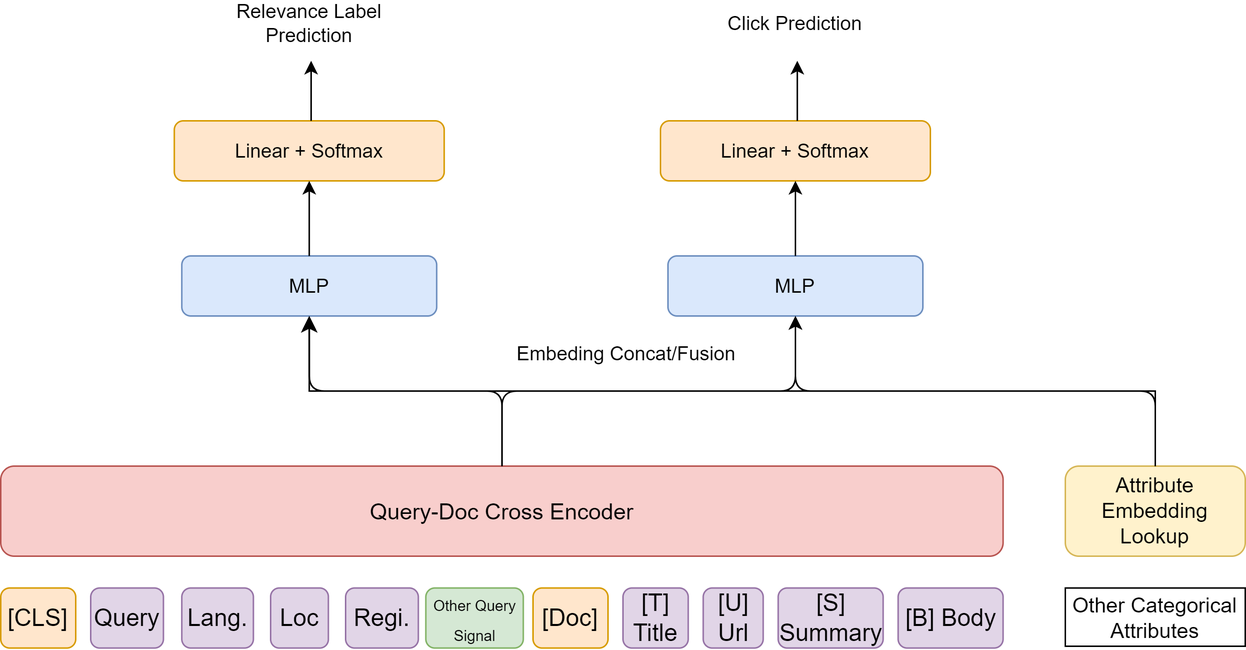
yangyutu/llm_book.github.io keeps this draw.io diagram as _images/multitask_multiattribute_arch.png. Above is the earlier version. Source tidied: cells renumbered, new cells last; positions are measured from the earlier drawing's top-left corner, leaving out a move shared by most shapes. Its diagram source:
```xml
<mxGraphModel math="1">
  <root>
    <mxCell id="0" />
    <mxCell id="1" parent="0" />
    <mxCell id="2" style="group;" parent="1" vertex="1">
      <mxGeometry width="830" height="431.2" as="geometry" />
    </mxCell>
    <mxCell id="3" value="Query-Doc Cross Encoder" style="rounded=1;whiteSpace=wrap;html=1;fillColor=#f8cecc;strokeColor=#b85450;fontSize=15;" parent="2" vertex="1">
      <mxGeometry y="310" width="668.5" height="60" as="geometry" />
    </mxCell>
    <mxCell id="4" value="[CLS]" style="rounded=1;whiteSpace=wrap;html=1;fontSize=16;fillColor=#ffe6cc;strokeColor=#d79b00;" parent="2" vertex="1">
      <mxGeometry y="391.2" width="50" height="40" as="geometry" />
    </mxCell>
    <mxCell id="5" value="Query" style="rounded=1;whiteSpace=wrap;html=1;fontSize=16;fillColor=#e1d5e7;strokeColor=#9673a6;" parent="2" vertex="1">
      <mxGeometry x="60" y="391.2" width="48.5" height="40" as="geometry" />
    </mxCell>
    <mxCell id="6" value="[Doc]" style="rounded=1;whiteSpace=wrap;html=1;fontSize=16;fillColor=#ffe6cc;strokeColor=#d79b00;" parent="2" vertex="1">
      <mxGeometry x="355" y="391.2" width="50" height="40" as="geometry" />
    </mxCell>
    <mxCell id="7" value="Lang." style="rounded=1;whiteSpace=wrap;html=1;fontSize=16;fillColor=#e1d5e7;strokeColor=#9673a6;" parent="2" vertex="1">
      <mxGeometry x="120.8" y="391.2" width="47.8" height="40" as="geometry" />
    </mxCell>
    <mxCell id="8" value="Loc" style="rounded=1;whiteSpace=wrap;html=1;fontSize=16;fillColor=#e1d5e7;strokeColor=#9673a6;" parent="2" vertex="1">
      <mxGeometry x="180" y="391.2" width="38.5" height="40" as="geometry" />
    </mxCell>
    <mxCell id="9" value="Regi." style="rounded=1;whiteSpace=wrap;html=1;fontSize=16;fillColor=#e1d5e7;strokeColor=#9673a6;" parent="2" vertex="1">
      <mxGeometry x="230" y="391.2" width="48.5" height="40" as="geometry" />
    </mxCell>
    <mxCell id="10" value="[T] Title" style="rounded=1;whiteSpace=wrap;html=1;fontSize=16;fillColor=#e1d5e7;strokeColor=#9673a6;" parent="2" vertex="1">
      <mxGeometry x="415" y="391.2" width="43.5" height="40" as="geometry" />
    </mxCell>
    <mxCell id="11" value="[U] Url" style="rounded=1;whiteSpace=wrap;html=1;fontSize=16;fillColor=#e1d5e7;strokeColor=#9673a6;" parent="2" vertex="1">
      <mxGeometry x="468.5" y="391.2" width="40" height="40" as="geometry" />
    </mxCell>
    <mxCell id="12" value="&lt;font style=&quot;font-size: 10px;&quot;&gt;Other Query Signal&lt;/font&gt;" style="rounded=1;whiteSpace=wrap;html=1;fontSize=16;fillColor=#d5e8d4;strokeColor=#82b366;" parent="2" vertex="1">
      <mxGeometry x="283.5" y="391.2" width="65" height="40" as="geometry" />
    </mxCell>
    <mxCell id="13" value="[S] Summary" style="rounded=1;whiteSpace=wrap;html=1;fontSize=16;fillColor=#e1d5e7;strokeColor=#9673a6;" parent="2" vertex="1">
      <mxGeometry x="518.5" y="391.2" width="70" height="40" as="geometry" />
    </mxCell>
    <mxCell id="14" value="[B] Body" style="rounded=1;whiteSpace=wrap;html=1;fontSize=16;fillColor=#e1d5e7;strokeColor=#9673a6;" parent="2" vertex="1">
      <mxGeometry x="598.5" y="391.2" width="70" height="40" as="geometry" />
    </mxCell>
    <mxCell id="15" value="MLP" style="rounded=1;whiteSpace=wrap;html=1;fontSize=13;fillColor=#dae8fc;strokeColor=#6c8ebf;" parent="2" vertex="1">
      <mxGeometry x="120.8" y="170" width="170" height="40" as="geometry" />
    </mxCell>
    <mxCell id="16" style="edgeStyle=orthogonalEdgeStyle;html=1;entryX=0.5;entryY=1;entryDx=0;entryDy=0;fontSize=13;" parent="2" edge="1" source="3" target="15">
      <mxGeometry relative="1" as="geometry" />
    </mxCell>
    <mxCell id="17" value="Attribute Embedding Lookup" style="rounded=1;whiteSpace=wrap;html=1;fontSize=14;fillColor=#fff2cc;strokeColor=#d6b656;" parent="2" vertex="1">
      <mxGeometry x="710" y="310" width="120" height="60" as="geometry" />
    </mxCell>
    <mxCell id="18" value="Other Categorical Attributes" style="rounded=0;whiteSpace=wrap;html=1;fontSize=14;" parent="2" vertex="1">
      <mxGeometry x="710" y="391.2" width="120" height="38.8" as="geometry" />
    </mxCell>
    <mxCell id="19" value="Linear + Softmax" style="rounded=1;whiteSpace=wrap;html=1;fontSize=13;fillColor=#ffe6cc;strokeColor=#d79b00;" parent="2" vertex="1">
      <mxGeometry x="115.8" y="80" width="180" height="40" as="geometry" />
    </mxCell>
    <mxCell id="20" style="edgeStyle=none;html=1;fontSize=13;" parent="2" edge="1" source="15" target="19">
      <mxGeometry relative="1" as="geometry" />
    </mxCell>
    <mxCell id="21" value="MLP" style="rounded=1;whiteSpace=wrap;html=1;fontSize=13;fillColor=#dae8fc;strokeColor=#6c8ebf;" parent="2" vertex="1">
      <mxGeometry x="445" y="170" width="170" height="40" as="geometry" />
    </mxCell>
    <mxCell id="22" style="edgeStyle=orthogonalEdgeStyle;html=1;entryX=0.5;entryY=1;entryDx=0;entryDy=0;fontSize=13;" parent="2" edge="1" source="3" target="21">
      <mxGeometry relative="1" as="geometry" />
    </mxCell>
    <mxCell id="23" style="edgeStyle=orthogonalEdgeStyle;html=1;fontSize=13;entryX=0.5;entryY=1;entryDx=0;entryDy=0;" parent="2" edge="1" source="17" target="21">
      <mxGeometry relative="1" as="geometry">
        <Array as="points">
          <mxPoint x="770" y="260" />
          <mxPoint x="530" y="260" />
        </Array>
      </mxGeometry>
    </mxCell>
    <mxCell id="24" value="Linear + Softmax" style="rounded=1;whiteSpace=wrap;html=1;fontSize=13;fillColor=#ffe6cc;strokeColor=#d79b00;" parent="2" vertex="1">
      <mxGeometry x="440" y="80" width="180" height="40" as="geometry" />
    </mxCell>
    <mxCell id="25" style="endArrow=classic;html=1;fontSize=13;" parent="2" edge="1">
      <mxGeometry relative="1" as="geometry">
        <mxPoint x="207" y="80" as="sourcePoint" />
        <mxPoint x="207" y="40" as="targetPoint" />
      </mxGeometry>
    </mxCell>
    <mxCell id="26" value="Relevance Label Prediction" style="text;html=1;strokeColor=none;fillColor=none;align=center;verticalAlign=middle;whiteSpace=wrap;rounded=0;fontSize=13;" parent="2" vertex="1">
      <mxGeometry x="150.8" width="110" height="30" as="geometry" />
    </mxCell>
    <mxCell id="27" style="endArrow=classic;html=1;fontSize=13;" parent="2" edge="1">
      <mxGeometry relative="1" as="geometry">
        <mxPoint x="531.2" y="80" as="sourcePoint" />
        <mxPoint x="531.2" y="40" as="targetPoint" />
      </mxGeometry>
    </mxCell>
    <mxCell id="28" value="Click Prediction" style="text;html=1;strokeColor=none;fillColor=none;align=center;verticalAlign=middle;whiteSpace=wrap;rounded=0;fontSize=13;" parent="2" vertex="1">
      <mxGeometry x="475" width="110" height="30" as="geometry" />
    </mxCell>
    <mxCell id="29" style="edgeStyle=none;html=1;fontSize=13;" parent="2" edge="1" source="21" target="24">
      <mxGeometry relative="1" as="geometry" />
    </mxCell>
    <mxCell id="30" style="edgeStyle=elbowEdgeStyle;elbow=vertical;endArrow=classic;html=1;curved=0;rounded=0;endSize=8;startSize=8;fontSize=13;exitX=0.5;exitY=0;exitDx=0;exitDy=0;entryX=0.5;entryY=1;entryDx=0;entryDy=0;" parent="2" edge="1" source="17" target="15">
      <mxGeometry relative="1" as="geometry" />
    </mxCell>
    <mxCell id="31" value="Embeding Concat/Fusion" style="text;html=1;strokeColor=none;fillColor=none;align=center;verticalAlign=middle;whiteSpace=wrap;rounded=0;fontSize=13;" parent="2" vertex="1">
      <mxGeometry x="340" y="220" width="155" height="30" as="geometry" />
    </mxCell>
  </root>
</mxGraphModel>
```
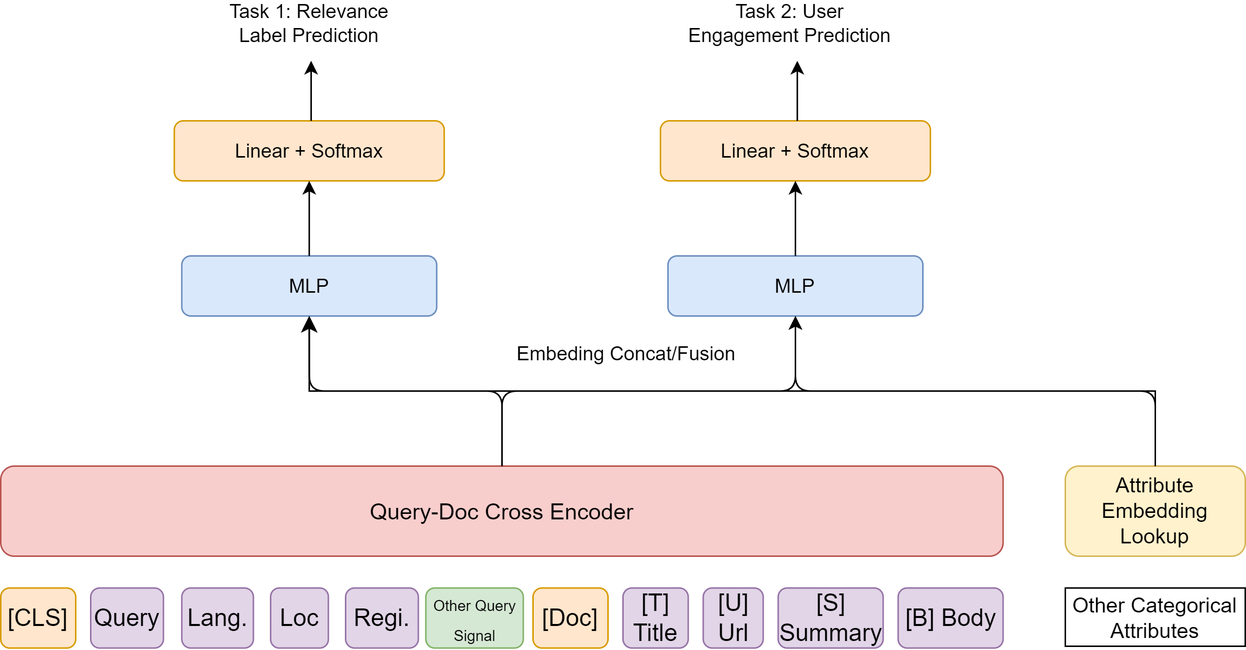
After the change.

The edit, as a diff of the source:
```diff
@@ -82,7 +82,7 @@
         <mxPoint x="207" y="40" as="targetPoint" />
       </mxGeometry>
     </mxCell>
-    <mxCell id="26" value="Relevance Label Prediction" style="text;html=1;strokeColor=none;fillColor=none;align=center;verticalAlign=middle;whiteSpace=wrap;rounded=0;fontSize=13;" parent="2" vertex="1">
+    <mxCell id="26" value="Task 1: Relevance Label Prediction" style="text;html=1;strokeColor=none;fillColor=none;align=center;verticalAlign=middle;whiteSpace=wrap;rounded=0;fontSize=13;" parent="2" vertex="1">
       <mxGeometry x="150.8" width="110" height="30" as="geometry" />
     </mxCell>
     <mxCell id="27" style="endArrow=classic;html=1;fontSize=13;" parent="2" edge="1">
@@ -91,8 +91,8 @@
         <mxPoint x="531.2" y="40" as="targetPoint" />
       </mxGeometry>
     </mxCell>
-    <mxCell id="28" value="Click Prediction" style="text;html=1;strokeColor=none;fillColor=none;align=center;verticalAlign=middle;whiteSpace=wrap;rounded=0;fontSize=13;" parent="2" vertex="1">
-      <mxGeometry x="475" width="110" height="30" as="geometry" />
+    <mxCell id="28" value="Task 2: User Engagement Prediction" style="text;html=1;strokeColor=none;fillColor=none;align=center;verticalAlign=middle;whiteSpace=wrap;rounded=0;fontSize=13;" parent="2" vertex="1">
+      <mxGeometry x="453.5" width="145" height="30" as="geometry" />
     </mxCell>
     <mxCell id="29" style="edgeStyle=none;html=1;fontSize=13;" parent="2" edge="1" source="21" target="24">
       <mxGeometry relative="1" as="geometry" />
```
